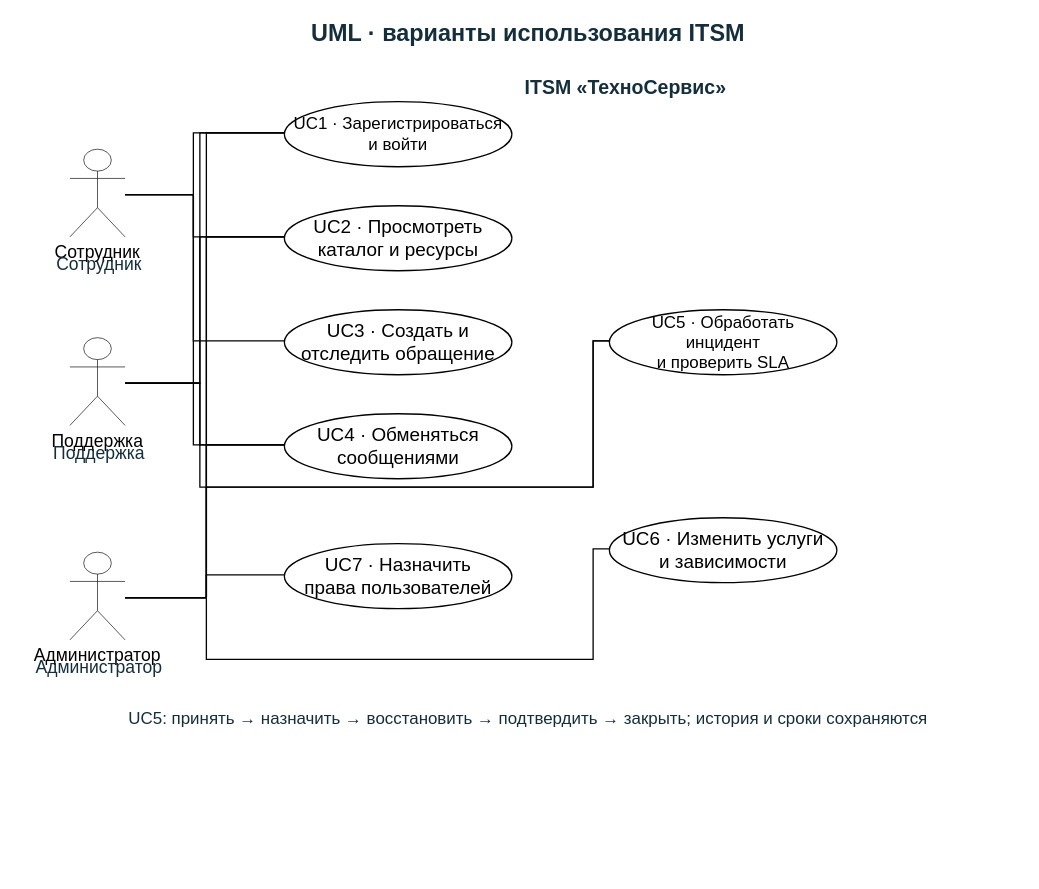
Above: diagrams/itsm_use_case.drawio in HsSaab/UITU (draw.io), before the change. Source tidied: cells renumbered, new cells numbered last; positions are measured from the earlier drawing's top-left corner, leaving out a move shared by most shapes. Both pictures are drawn from the tidied source at 65%, with x=0, y=0 at pixel (11, 11).
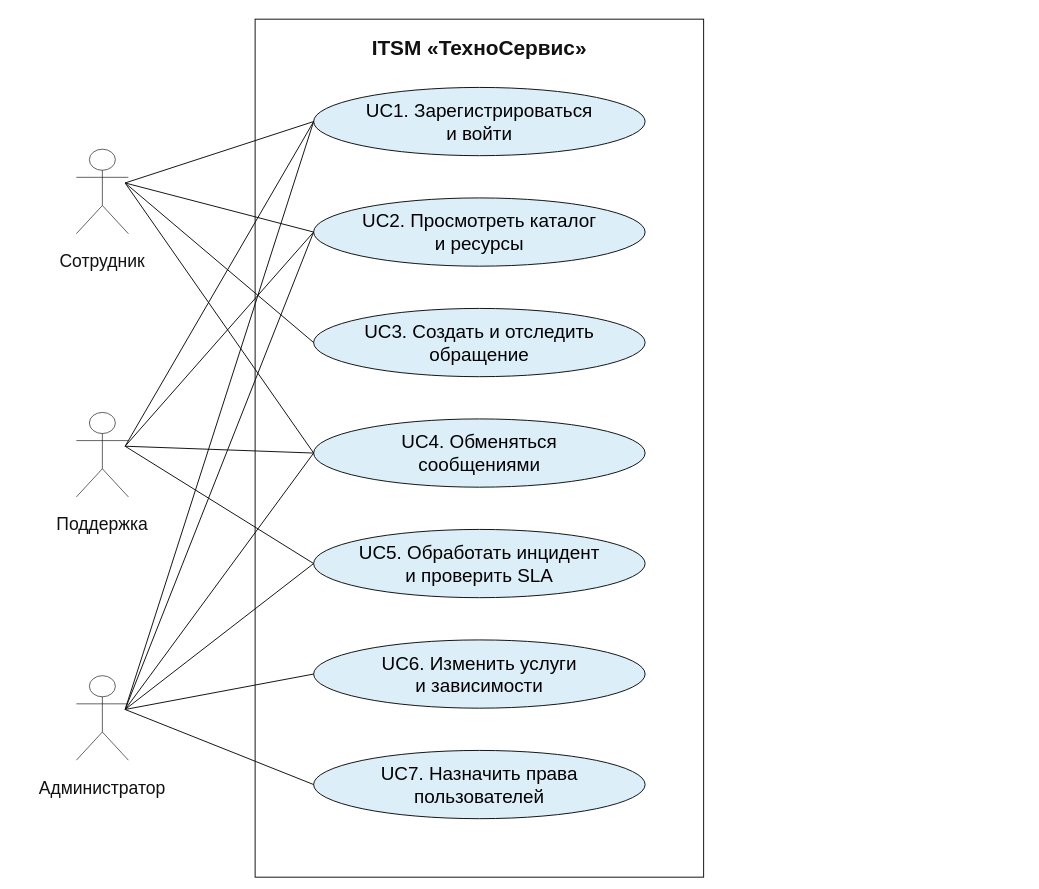
After the change.

Change to the diagram source:
```diff
@@
-<mxGraphModel>
+<mxGraphModel background="white">
@@
-    <mxCell id="2" value="UML · варианты использования ITSM" style="text;html=0;whiteSpace=wrap;align=center;verticalAlign=middle;fontFamily=Arial;fontSize=36;fontColor=#152e3b;strokeColor=none;fillColor=none;fontStyle=1;" parent="1" vertex="1">
-      <mxGeometry x="25" width="1540" height="65" as="geometry" />
+    <mxCell id="2" style="rounded=0;html=0;whiteSpace=wrap;align=center;verticalAlign=middle;fontSize=30;fontFamily=Arial;strokeWidth=1.5;strokeColor=#111111;fillColor=#ffffff;" parent="1" vertex="1">
+      <mxGeometry x="375" y="12" width="690" height="1320" as="geometry" />
     </mxCell>
-    <mxCell id="3" value="ITSM «ТехноСервис»" style="text;html=0;whiteSpace=wrap;align=center;verticalAlign=middle;fontFamily=Arial;fontSize=30;fontColor=#152e3b;strokeColor=none;fillColor=none;fontStyle=1;" parent="1" vertex="1">
-      <mxGeometry x="695" y="92" width="500" height="50" as="geometry" />
+    <mxCell id="3" value="ITSM «ТехноСервис»" style="text;html=0;whiteSpace=wrap;align=center;verticalAlign=middle;fontFamily=Arial;fontSize=32;fontColor=#111111;strokeColor=none;fillColor=none;fontStyle=1;" parent="1" vertex="1">
+      <mxGeometry x="395" y="24" width="650" height="65" as="geometry" />
     </mxCell>
-    <mxCell id="4" value="Сотрудник" style="shape=umlActor;verticalLabelPosition=bottom;verticalAlign=top;html=0;fontFamily=Arial;fontSize=27;" parent="1" vertex="1">
-      <mxGeometry x="90" y="212" width="85" height="135" as="geometry" />
+    <mxCell id="4" value="UC1. Зарегистрироваться&#10;и войти" style="rounded=0;html=0;whiteSpace=wrap;align=center;verticalAlign=middle;fontSize=29;fontFamily=Arial;strokeWidth=1.5;strokeColor=#111111;fillColor=#dceef8;ellipse;" parent="1" vertex="1">
+      <mxGeometry x="465" y="117" width="510" height="105" as="geometry" />
     </mxCell>
-    <mxCell id="5" value="Сотрудник" style="text;html=0;whiteSpace=wrap;align=center;verticalAlign=middle;fontFamily=Arial;fontSize=27;fontColor=#152e3b;strokeColor=none;fillColor=none;fontStyle=0;" parent="1" vertex="1">
-      <mxGeometry y="357" width="270" height="65" as="geometry" />
+    <mxCell id="5" value="UC2. Просмотреть каталог&#10;и ресурсы" style="rounded=0;html=0;whiteSpace=wrap;align=center;verticalAlign=middle;fontSize=29;fontFamily=Arial;strokeWidth=1.5;strokeColor=#111111;fillColor=#dceef8;ellipse;" parent="1" vertex="1">
+      <mxGeometry x="465" y="287" width="510" height="105" as="geometry" />
     </mxCell>
-    <mxCell id="6" value="Поддержка" style="shape=umlActor;verticalLabelPosition=bottom;verticalAlign=top;html=0;fontFamily=Arial;fontSize=27;" parent="1" vertex="1">
-      <mxGeometry x="90" y="502" width="85" height="135" as="geometry" />
+    <mxCell id="6" value="UC3. Создать и отследить&#10;обращение" style="rounded=0;html=0;whiteSpace=wrap;align=center;verticalAlign=middle;fontSize=29;fontFamily=Arial;strokeWidth=1.5;strokeColor=#111111;fillColor=#dceef8;ellipse;" parent="1" vertex="1">
+      <mxGeometry x="465" y="457" width="510" height="105" as="geometry" />
     </mxCell>
-    <mxCell id="7" value="Поддержка" style="text;html=0;whiteSpace=wrap;align=center;verticalAlign=middle;fontFamily=Arial;fontSize=27;fontColor=#152e3b;strokeColor=none;fillColor=none;fontStyle=0;" parent="1" vertex="1">
-      <mxGeometry y="647" width="270" height="65" as="geometry" />
+    <mxCell id="7" value="UC4. Обменяться&#10;сообщениями" style="rounded=0;html=0;whiteSpace=wrap;align=center;verticalAlign=middle;fontSize=29;fontFamily=Arial;strokeWidth=1.5;strokeColor=#111111;fillColor=#dceef8;ellipse;" parent="1" vertex="1">
+      <mxGeometry x="465" y="627" width="510" height="105" as="geometry" />
     </mxCell>
-    <mxCell id="8" value="Администратор" style="shape=umlActor;verticalLabelPosition=bottom;verticalAlign=top;html=0;fontFamily=Arial;fontSize=27;" parent="1" vertex="1">
-      <mxGeometry x="90" y="832" width="85" height="135" as="geometry" />
+    <mxCell id="8" value="UC5. Обработать инцидент&#10;и проверить SLA" style="rounded=0;html=0;whiteSpace=wrap;align=center;verticalAlign=middle;fontSize=29;fontFamily=Arial;strokeWidth=1.5;strokeColor=#111111;fillColor=#dceef8;ellipse;" parent="1" vertex="1">
+      <mxGeometry x="465" y="797" width="510" height="105" as="geometry" />
     </mxCell>
-    <mxCell id="9" value="Администратор" style="text;html=0;whiteSpace=wrap;align=center;verticalAlign=middle;fontFamily=Arial;fontSize=27;fontColor=#152e3b;strokeColor=none;fillColor=none;fontStyle=0;" parent="1" vertex="1">
-      <mxGeometry y="977" width="270" height="65" as="geometry" />
+    <mxCell id="9" value="UC6. Изменить услуги&#10;и зависимости" style="rounded=0;html=0;whiteSpace=wrap;align=center;verticalAlign=middle;fontSize=29;fontFamily=Arial;strokeWidth=1.5;strokeColor=#111111;fillColor=#dceef8;ellipse;" parent="1" vertex="1">
+      <mxGeometry x="465" y="967" width="510" height="105" as="geometry" />
     </mxCell>
-    <mxCell id="10" value="UC1 · Зарегистрироваться&#10;и войти" style="rounded=0;html=0;whiteSpace=wrap;align=center;verticalAlign=middle;fontSize=26;fontFamily=Arial;strokeWidth=2;fillColor=white;ellipse;" parent="1" vertex="1">
-      <mxGeometry x="420" y="139" width="350" height="100" as="geometry" />
+    <mxCell id="10" value="UC7. Назначить права&#10;пользователей" style="rounded=0;html=0;whiteSpace=wrap;align=center;verticalAlign=middle;fontSize=29;fontFamily=Arial;strokeWidth=1.5;strokeColor=#111111;fillColor=#dceef8;ellipse;" parent="1" vertex="1">
+      <mxGeometry x="465" y="1137" width="510" height="105" as="geometry" />
     </mxCell>
-    <mxCell id="11" value="UC2 · Просмотреть&#10;каталог и ресурсы" style="rounded=0;html=0;whiteSpace=wrap;align=center;verticalAlign=middle;fontSize=29;fontFamily=Arial;strokeWidth=2;fillColor=white;ellipse;" parent="1" vertex="1">
-      <mxGeometry x="420" y="299" width="350" height="100" as="geometry" />
+    <mxCell id="11" style="shape=umlActor;html=0;fillColor=white;strokeColor=#111111;" parent="1" vertex="1">
+      <mxGeometry x="100" y="212" width="80" height="130" as="geometry" />
     </mxCell>
-    <mxCell id="12" value="UC3 · Создать и&#10;отследить обращение" style="rounded=0;html=0;whiteSpace=wrap;align=center;verticalAlign=middle;fontSize=29;fontFamily=Arial;strokeWidth=2;fillColor=white;ellipse;" parent="1" vertex="1">
-      <mxGeometry x="420" y="459" width="350" height="100" as="geometry" />
+    <mxCell id="12" value="Сотрудник" style="text;html=0;whiteSpace=wrap;align=center;verticalAlign=middle;fontFamily=Arial;fontSize=27;fontColor=#111111;strokeColor=none;fillColor=none;fontStyle=0;" parent="1" vertex="1">
+      <mxGeometry x="30" y="352" width="220" height="65" as="geometry" />
     </mxCell>
-    <mxCell id="13" value="UC4 · Обменяться&#10;сообщениями" style="rounded=0;html=0;whiteSpace=wrap;align=center;verticalAlign=middle;fontSize=29;fontFamily=Arial;strokeWidth=2;fillColor=white;ellipse;" parent="1" vertex="1">
-      <mxGeometry x="420" y="619" width="350" height="100" as="geometry" />
+    <mxCell id="13" style="shape=umlActor;html=0;fillColor=white;strokeColor=#111111;" parent="1" vertex="1">
+      <mxGeometry x="100" y="617" width="80" height="130" as="geometry" />
     </mxCell>
-    <mxCell id="14" value="UC5 · Обработать&#10;инцидент&#10;и проверить SLA" style="rounded=0;html=0;whiteSpace=wrap;align=center;verticalAlign=middle;fontSize=26;fontFamily=Arial;strokeWidth=2;fillColor=white;ellipse;" parent="1" vertex="1">
-      <mxGeometry x="920" y="459" width="350" height="100" as="geometry" />
+    <mxCell id="14" value="Поддержка" style="text;html=0;whiteSpace=wrap;align=center;verticalAlign=middle;fontFamily=Arial;fontSize=27;fontColor=#111111;strokeColor=none;fillColor=none;fontStyle=0;" parent="1" vertex="1">
+      <mxGeometry x="30" y="757" width="220" height="65" as="geometry" />
     </mxCell>
-    <mxCell id="15" value="UC6 · Изменить услуги&#10;и зависимости" style="rounded=0;html=0;whiteSpace=wrap;align=center;verticalAlign=middle;fontSize=29;fontFamily=Arial;strokeWidth=2;fillColor=white;ellipse;" parent="1" vertex="1">
-      <mxGeometry x="920" y="779" width="350" height="100" as="geometry" />
+    <mxCell id="15" style="shape=umlActor;html=0;fillColor=white;strokeColor=#111111;" parent="1" vertex="1">
+      <mxGeometry x="100" y="1022" width="80" height="130" as="geometry" />
     </mxCell>
-    <mxCell id="16" value="UC7 · Назначить&#10;права пользователей" style="rounded=0;html=0;whiteSpace=wrap;align=center;verticalAlign=middle;fontSize=29;fontFamily=Arial;strokeWidth=2;fillColor=white;ellipse;" parent="1" vertex="1">
-      <mxGeometry x="420" y="819" width="350" height="100" as="geometry" />
+    <mxCell id="16" value="Администратор" style="text;html=0;whiteSpace=wrap;align=center;verticalAlign=middle;fontFamily=Arial;fontSize=27;fontColor=#111111;strokeColor=none;fillColor=none;fontStyle=0;" parent="1" vertex="1">
+      <mxGeometry x="30" y="1162" width="220" height="65" as="geometry" />
     </mxCell>
-    <mxCell id="17" style="edgeStyle=orthogonalEdgeStyle;rounded=0;html=0;endArrow=none;endFill=1;strokeWidth=2;fontFamily=Arial;fontSize=27;" parent="1" edge="1" source="4" target="10">
-      <mxGeometry relative="1" as="geometry">
-        <Array as="points">
-          <mxPoint x="280" y="282" />
-          <mxPoint x="280" y="187" />
-        </Array>
-      </mxGeometry>
+    <mxCell id="17" style="edgeStyle=none;rounded=0;html=0;endArrow=none;endFill=1;strokeWidth=1.5;strokeColor=#111111;exitX=0.9375;exitY=0.4;exitDx=0;exitDy=0;exitPerimeter=0;entryX=0.0;entryY=0.5;entryDx=0;entryDy=0;entryPerimeter=0;" parent="1" edge="1" source="11" target="4">
+      <mxGeometry relative="1" as="geometry" />
     </mxCell>
-    <mxCell id="18" style="edgeStyle=orthogonalEdgeStyle;rounded=0;html=0;endArrow=none;endFill=1;strokeWidth=2;fontFamily=Arial;fontSize=27;" parent="1" edge="1" source="4" target="11">
-      <mxGeometry relative="1" as="geometry">
-        <Array as="points">
-          <mxPoint x="280" y="282" />
-          <mxPoint x="280" y="347" />
-        </Array>
-      </mxGeometry>
+    <mxCell id="18" style="edgeStyle=none;rounded=0;html=0;endArrow=none;endFill=1;strokeWidth=1.5;strokeColor=#111111;exitX=0.9375;exitY=0.4;exitDx=0;exitDy=0;exitPerimeter=0;entryX=0.0;entryY=0.5;entryDx=0;entryDy=0;entryPerimeter=0;" parent="1" edge="1" source="11" target="5">
+      <mxGeometry relative="1" as="geometry" />
     </mxCell>
-    <mxCell id="19" style="edgeStyle=orthogonalEdgeStyle;rounded=0;html=0;endArrow=none;endFill=1;strokeWidth=2;fontFamily=Arial;fontSize=27;" parent="1" edge="1" source="4" target="12">
-      <mxGeometry relative="1" as="geometry">
-        <Array as="points">
-          <mxPoint x="280" y="282" />
-          <mxPoint x="280" y="507" />
-        </Array>
-      </mxGeometry>
+    <mxCell id="19" style="edgeStyle=none;rounded=0;html=0;endArrow=none;endFill=1;strokeWidth=1.5;strokeColor=#111111;exitX=0.9375;exitY=0.4;exitDx=0;exitDy=0;exitPerimeter=0;entryX=0.0;entryY=0.5;entryDx=0;entryDy=0;entryPerimeter=0;" parent="1" edge="1" source="11" target="6">
+      <mxGeometry relative="1" as="geometry" />
     </mxCell>
-    <mxCell id="20" style="edgeStyle=orthogonalEdgeStyle;rounded=0;html=0;endArrow=none;endFill=1;strokeWidth=2;fontFamily=Arial;fontSize=27;" parent="1" edge="1" source="4" target="13">
-      <mxGeometry relative="1" as="geometry">
-        <Array as="points">
-          <mxPoint x="280" y="282" />
-          <mxPoint x="280" y="667" />
-        </Array>
-      </mxGeometry>
+    <mxCell id="20" style="edgeStyle=none;rounded=0;html=0;endArrow=none;endFill=1;strokeWidth=1.5;strokeColor=#111111;exitX=0.9375;exitY=0.4;exitDx=0;exitDy=0;exitPerimeter=0;entryX=0.0;entryY=0.5;entryDx=0;entryDy=0;entryPerimeter=0;" parent="1" edge="1" source="11" target="7">
+      <mxGeometry relative="1" as="geometry" />
     </mxCell>
-    <mxCell id="21" style="edgeStyle=orthogonalEdgeStyle;rounded=0;html=0;endArrow=none;endFill=1;strokeWidth=2;fontFamily=Arial;fontSize=27;" parent="1" edge="1" source="6" target="10">
-      <mxGeometry relative="1" as="geometry">
-        <Array as="points">
-          <mxPoint x="290" y="572" />
-          <mxPoint x="290" y="187" />
-        </Array>
-      </mxGeometry>
+    <mxCell id="21" style="edgeStyle=none;rounded=0;html=0;endArrow=none;endFill=1;strokeWidth=1.5;strokeColor=#111111;exitX=0.9375;exitY=0.4;exitDx=0;exitDy=0;exitPerimeter=0;entryX=0.0;entryY=0.5;entryDx=0;entryDy=0;entryPerimeter=0;" parent="1" edge="1" source="13" target="4">
+      <mxGeometry relative="1" as="geometry" />
     </mxCell>
-    <mxCell id="22" style="edgeStyle=orthogonalEdgeStyle;rounded=0;html=0;endArrow=none;endFill=1;strokeWidth=2;fontFamily=Arial;fontSize=27;" parent="1" edge="1" source="6" target="11">
-      <mxGeometry relative="1" as="geometry">
-        <Array as="points">
-          <mxPoint x="290" y="572" />
-          <mxPoint x="290" y="347" />
-        </Array>
-      </mxGeometry>
+    <mxCell id="22" style="edgeStyle=none;rounded=0;html=0;endArrow=none;endFill=1;strokeWidth=1.5;strokeColor=#111111;exitX=0.9375;exitY=0.4;exitDx=0;exitDy=0;exitPerimeter=0;entryX=0.0;entryY=0.5;entryDx=0;entryDy=0;entryPerimeter=0;" parent="1" edge="1" source="13" target="5">
+      <mxGeometry relative="1" as="geometry" />
     </mxCell>
-    <mxCell id="23" style="edgeStyle=orthogonalEdgeStyle;rounded=0;html=0;endArrow=none;endFill=1;strokeWidth=2;fontFamily=Arial;fontSize=27;" parent="1" edge="1" source="6" target="13">
-      <mxGeometry relative="1" as="geometry">
-        <Array as="points">
-          <mxPoint x="290" y="572" />
-          <mxPoint x="290" y="667" />
-        </Array>
-      </mxGeometry>
+    <mxCell id="23" style="edgeStyle=none;rounded=0;html=0;endArrow=none;endFill=1;strokeWidth=1.5;strokeColor=#111111;exitX=0.9375;exitY=0.4;exitDx=0;exitDy=0;exitPerimeter=0;entryX=0.0;entryY=0.5;entryDx=0;entryDy=0;entryPerimeter=0;" parent="1" edge="1" source="13" target="7">
+      <mxGeometry relative="1" as="geometry" />
     </mxCell>
-    <mxCell id="24" style="edgeStyle=orthogonalEdgeStyle;rounded=0;html=0;endArrow=none;endFill=1;strokeWidth=2;fontFamily=Arial;fontSize=27;" parent="1" edge="1" source="6" target="14">
-      <mxGeometry relative="1" as="geometry">
-        <Array as="points">
-          <mxPoint x="290" y="572" />
-          <mxPoint x="290" y="732" />
-          <mxPoint x="895" y="732" />
-          <mxPoint x="895" y="507" />
-        </Array>
-      </mxGeometry>
+    <mxCell id="24" style="edgeStyle=none;rounded=0;html=0;endArrow=none;endFill=1;strokeWidth=1.5;strokeColor=#111111;exitX=0.9375;exitY=0.4;exitDx=0;exitDy=0;exitPerimeter=0;entryX=0.0;entryY=0.5;entryDx=0;entryDy=0;entryPerimeter=0;" parent="1" edge="1" source="13" target="8">
+      <mxGeometry relative="1" as="geometry" />
     </mxCell>
-    <mxCell id="25" style="edgeStyle=orthogonalEdgeStyle;rounded=0;html=0;endArrow=none;endFill=1;strokeWidth=2;fontFamily=Arial;fontSize=27;" parent="1" edge="1" source="8" target="10">
-      <mxGeometry relative="1" as="geometry">
-        <Array as="points">
-          <mxPoint x="300" y="902" />
-          <mxPoint x="300" y="187" />
-        </Array>
-      </mxGeometry>
+    <mxCell id="25" style="edgeStyle=none;rounded=0;html=0;endArrow=none;endFill=1;strokeWidth=1.5;strokeColor=#111111;exitX=0.9375;exitY=0.4;exitDx=0;exitDy=0;exitPerimeter=0;entryX=0.0;entryY=0.5;entryDx=0;entryDy=0;entryPerimeter=0;" parent="1" edge="1" source="15" target="4">
+      <mxGeometry relative="1" as="geometry" />
     </mxCell>
-    <mxCell id="26" style="edgeStyle=orthogonalEdgeStyle;rounded=0;html=0;endArrow=none;endFill=1;strokeWidth=2;fontFamily=Arial;fontSize=27;" parent="1" edge="1" source="8" target="11">
-      <mxGeometry relative="1" as="geometry">
-        <Array as="points">
-          <mxPoint x="300" y="902" />
-          <mxPoint x="300" y="347" />
-        </Array>
-      </mxGeometry>
+    <mxCell id="26" style="edgeStyle=none;rounded=0;html=0;endArrow=none;endFill=1;strokeWidth=1.5;strokeColor=#111111;exitX=0.9375;exitY=0.4;exitDx=0;exitDy=0;exitPerimeter=0;entryX=0.0;entryY=0.5;entryDx=0;entryDy=0;entryPerimeter=0;" parent="1" edge="1" source="15" target="5">
+      <mxGeometry relative="1" as="geometry" />
     </mxCell>
-    <mxCell id="27" style="edgeStyle=orthogonalEdgeStyle;rounded=0;html=0;endArrow=none;endFill=1;strokeWidth=2;fontFamily=Arial;fontSize=27;" parent="1" edge="1" source="8" target="13">
-      <mxGeometry relative="1" as="geometry">
-        <Array as="points">
-          <mxPoint x="300" y="902" />
-          <mxPoint x="300" y="667" />
-        </Array>
-      </mxGeometry>
+    <mxCell id="27" style="edgeStyle=none;rounded=0;html=0;endArrow=none;endFill=1;strokeWidth=1.5;strokeColor=#111111;exitX=0.9375;exitY=0.4;exitDx=0;exitDy=0;exitPerimeter=0;entryX=0.0;entryY=0.5;entryDx=0;entryDy=0;entryPerimeter=0;" parent="1" edge="1" source="15" target="7">
+      <mxGeometry relative="1" as="geometry" />
     </mxCell>
-    <mxCell id="28" style="edgeStyle=orthogonalEdgeStyle;rounded=0;html=0;endArrow=none;endFill=1;strokeWidth=2;fontFamily=Arial;fontSize=27;" parent="1" edge="1" source="8" target="14">
-      <mxGeometry relative="1" as="geometry">
-        <Array as="points">
-          <mxPoint x="300" y="902" />
-          <mxPoint x="300" y="732" />
-          <mxPoint x="895" y="732" />
-          <mxPoint x="895" y="507" />
-        </Array>
-      </mxGeometry>
+    <mxCell id="28" style="edgeStyle=none;rounded=0;html=0;endArrow=none;endFill=1;strokeWidth=1.5;strokeColor=#111111;exitX=0.9375;exitY=0.4;exitDx=0;exitDy=0;exitPerimeter=0;entryX=0.0;entryY=0.5;entryDx=0;entryDy=0;entryPerimeter=0;" parent="1" edge="1" source="15" target="8">
+      <mxGeometry relative="1" as="geometry" />
     </mxCell>
-    <mxCell id="29" style="edgeStyle=orthogonalEdgeStyle;rounded=0;html=0;endArrow=none;endFill=1;strokeWidth=2;fontFamily=Arial;fontSize=27;" parent="1" edge="1" source="8" target="15">
-      <mxGeometry relative="1" as="geometry">
-        <Array as="points">
-          <mxPoint x="300" y="902" />
-          <mxPoint x="300" y="997" />
-          <mxPoint x="895" y="997" />
-          <mxPoint x="895" y="827" />
-        </Array>
-      </mxGeometry>
+    <mxCell id="29" style="edgeStyle=none;rounded=0;html=0;endArrow=none;endFill=1;strokeWidth=1.5;strokeColor=#111111;exitX=0.9375;exitY=0.4;exitDx=0;exitDy=0;exitPerimeter=0;entryX=0.0;entryY=0.5;entryDx=0;entryDy=0;entryPerimeter=0;" parent="1" edge="1" source="15" target="9">
+      <mxGeometry relative="1" as="geometry" />
     </mxCell>
-    <mxCell id="30" style="edgeStyle=orthogonalEdgeStyle;rounded=0;html=0;endArrow=none;endFill=1;strokeWidth=2;fontFamily=Arial;fontSize=27;" parent="1" edge="1" source="8" target="16">
-      <mxGeometry relative="1" as="geometry">
-        <Array as="points">
-          <mxPoint x="300" y="902" />
-          <mxPoint x="300" y="867" />
-        </Array>
-      </mxGeometry>
+    <mxCell id="30" style="edgeStyle=none;rounded=0;html=0;endArrow=none;endFill=1;strokeWidth=1.5;strokeColor=#111111;exitX=0.9375;exitY=0.4;exitDx=0;exitDy=0;exitPerimeter=0;entryX=0.0;entryY=0.5;entryDx=0;entryDy=0;entryPerimeter=0;" parent="1" edge="1" source="15" target="10">
+      <mxGeometry relative="1" as="geometry" />
     </mxCell>
-    <mxCell id="31" value="UC5: принять → назначить → восстановить → подтвердить → закрыть; история и сроки сохраняются" style="text;html=0;whiteSpace=wrap;align=center;verticalAlign=middle;fontFamily=Arial;fontSize=26;fontColor=#152e3b;strokeColor=none;fillColor=none;fontStyle=0;" parent="1" vertex="1">
-      <mxGeometry x="25" y="1064" width="1540" height="48" as="geometry" />
-    </mxCell>
```
